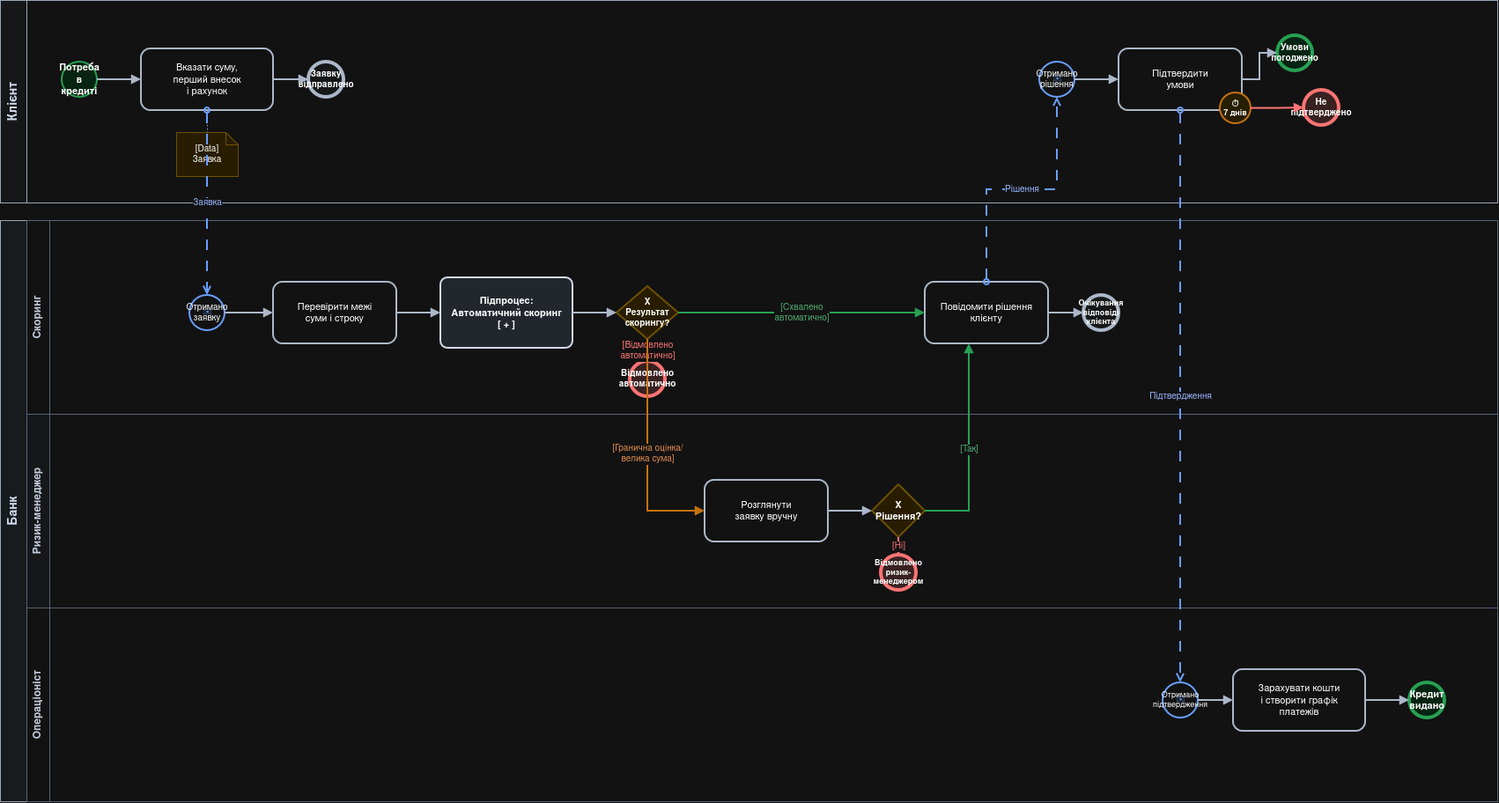
Before: docs/sprint1/bpmn/01_process.drawio.png, a diagram exported from draw.io (0ffmama/FinKit). Source tidied: cells renumbered, new cells last; positions are measured from the earlier drawing's top-left corner, leaving out a move shared by most shapes.
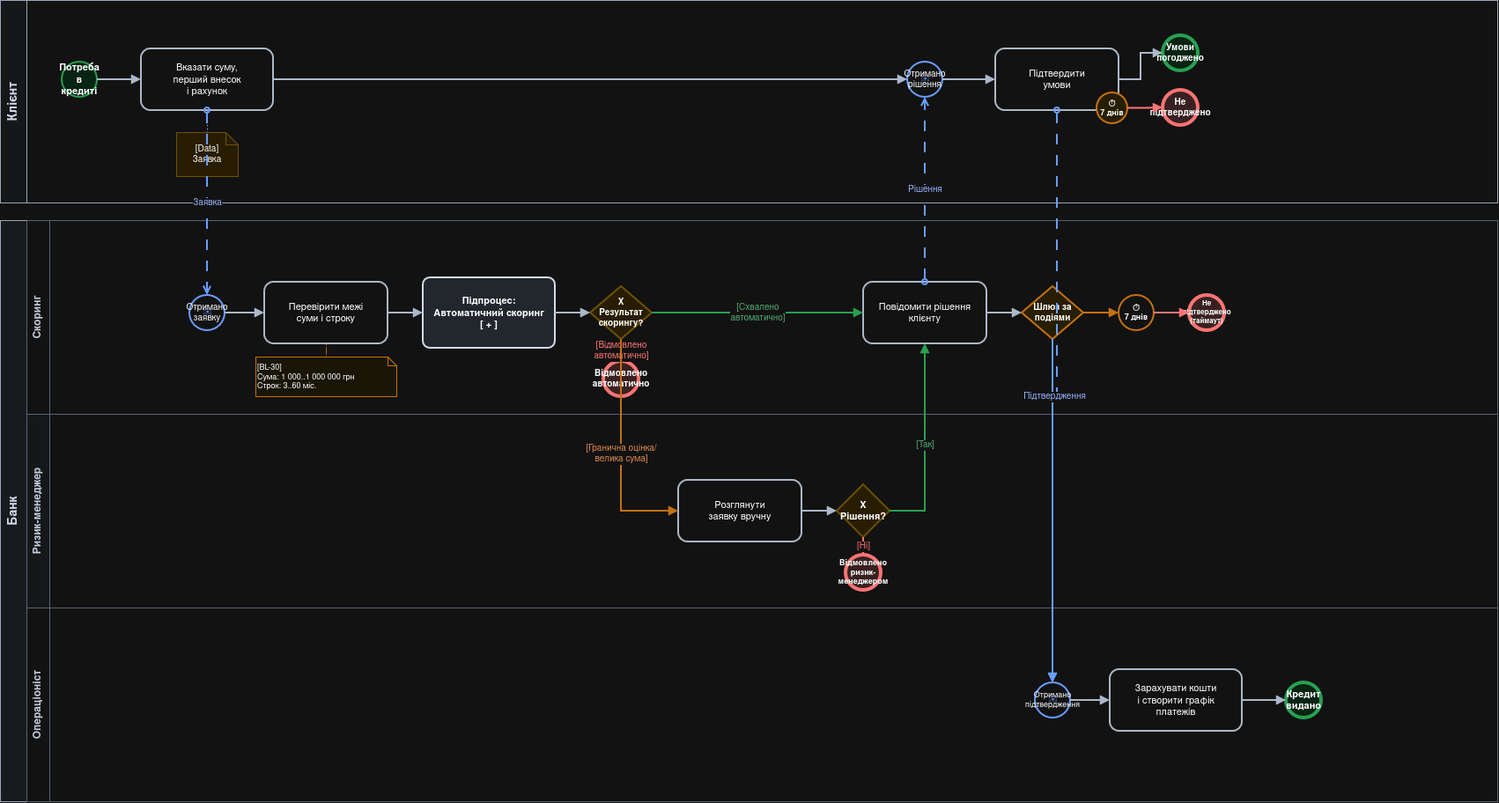
After the commit.

The edit, as a diff of the source:
```diff
@@ -23,29 +23,26 @@
     <mxCell id="8" value="Вказати суму,&#10;перший внесок&#10;і рахунок" style="rounded=1;whiteSpace=wrap;html=1;arcSize=15;fillColor=#ffffff;strokeColor=#334155;strokeWidth=2;fontSize=11;" parent="1" vertex="1">
       <mxGeometry x="160" y="55" width="150" height="70" as="geometry" />
     </mxCell>
-    <mxCell id="9" value="Заявку&#10;відправлено" style="ellipse;whiteSpace=wrap;html=1;fillColor=#f8fafc;strokeColor=#334155;strokeWidth=4;fontSize=10;fontStyle=1;" parent="1" vertex="1">
-      <mxGeometry x="350" y="70" width="40" height="40" as="geometry" />
-    </mxCell>
     <mxCell id="10" value="[Data]&#10;Заявка" style="shape=note;whiteSpace=wrap;html=1;size=14;verticalAlign=middle;fillColor=#fff2cc;strokeColor=#d6b656;strokeWidth=1;fontSize=10;" parent="1" vertex="1">
       <mxGeometry x="200" y="150" width="70" height="50" as="geometry" />
     </mxCell>
     <mxCell id="11" value="Отримано&#10;рішення" style="ellipse;whiteSpace=wrap;html=1;fillColor=#ffffff;strokeColor=#2563eb;strokeWidth=2;fontSize=10;" parent="1" vertex="1">
-      <mxGeometry x="1180" y="70" width="40" height="40" as="geometry" />
+      <mxGeometry x="1030" y="70" width="40" height="40" as="geometry" />
     </mxCell>
     <mxCell id="12" value="✉" style="text;html=1;align=center;verticalAlign=middle;strokeColor=none;fillColor=none;fontSize=14;fontColor=#2563eb;" parent="1" vertex="1">
-      <mxGeometry x="1185" y="75" width="30" height="30" as="geometry" />
+      <mxGeometry x="1035" y="75" width="30" height="30" as="geometry" />
     </mxCell>
     <mxCell id="13" value="Підтвердити&#10;умови" style="rounded=1;whiteSpace=wrap;html=1;arcSize=15;fillColor=#ffffff;strokeColor=#334155;strokeWidth=2;fontSize=11;" parent="1" vertex="1">
-      <mxGeometry x="1270" y="55" width="140" height="70" as="geometry" />
+      <mxGeometry x="1130" y="55" width="140" height="70" as="geometry" />
     </mxCell>
     <mxCell id="14" value="Умови&#10;погоджено" style="ellipse;whiteSpace=wrap;html=1;fillColor=#dcfce7;strokeColor=#16a34a;strokeWidth=4;fontSize=10;fontStyle=1;" parent="1" vertex="1">
-      <mxGeometry x="1450" y="40" width="40" height="40" as="geometry" />
+      <mxGeometry x="1320" y="40" width="40" height="40" as="geometry" />
     </mxCell>
     <mxCell id="15" value="⏱&#10;7 днів" style="ellipse;whiteSpace=wrap;html=1;fillColor=#fef3c7;strokeColor=#d97706;strokeWidth=2;fontSize=9;fontStyle=1;" parent="1" vertex="1">
-      <mxGeometry x="1385" y="105" width="35" height="35" as="geometry" />
+      <mxGeometry x="1245" y="105" width="35" height="35" as="geometry" />
     </mxCell>
     <mxCell id="16" value="Не&#10;підтверджено" style="ellipse;whiteSpace=wrap;html=1;fillColor=#fee2e2;strokeColor=#ef4444;strokeWidth=4;fontSize=10;fontStyle=1;" parent="1" vertex="1">
-      <mxGeometry x="1480" y="102" width="40" height="40" as="geometry" />
+      <mxGeometry x="1320" y="102" width="40" height="40" as="geometry" />
     </mxCell>
     <mxCell id="17" value="Отримано&#10;заявку" style="ellipse;whiteSpace=wrap;html=1;fillColor=#ffffff;strokeColor=#2563eb;strokeWidth=2;fontSize=10;" parent="1" vertex="1">
       <mxGeometry x="215" y="335" width="40" height="40" as="geometry" />
@@ -54,50 +51,59 @@
       <mxGeometry x="220" y="340" width="30" height="30" as="geometry" />
     </mxCell>
     <mxCell id="19" value="Перевірити межі&#10;суми і строку" style="rounded=1;whiteSpace=wrap;html=1;arcSize=15;fillColor=#ffffff;strokeColor=#334155;strokeWidth=2;fontSize=11;" parent="1" vertex="1">
-      <mxGeometry x="310" y="320" width="140" height="70" as="geometry" />
+      <mxGeometry x="300" y="320" width="140" height="70" as="geometry" />
     </mxCell>
+    <mxCell id="53" value="[BL-30]&#10;Сума: 1 000..1 000 000 грн&#10;Строк: 3..60 міс." style="shape=note;whiteSpace=wrap;html=1;size=10;verticalAlign=middle;fillColor=#fffbeb;strokeColor=#d97706;strokeWidth=1;fontSize=9;align=left;" parent="1" vertex="1">
+      <mxGeometry x="290" y="405" width="160" height="45" as="geometry" />
+    </mxCell>
     <mxCell id="20" value="Підпроцес:&#10;Автоматичний скоринг&#10;[ + ]" style="rounded=1;whiteSpace=wrap;html=1;arcSize=10;fillColor=#e2e8f0;strokeColor=#0f172a;strokeWidth=2;fontSize=11;fontStyle=1;" parent="1" vertex="1">
-      <mxGeometry x="500" y="315" width="150" height="80" as="geometry" />
+      <mxGeometry x="480" y="315" width="150" height="80" as="geometry" />
     </mxCell>
     <mxCell id="21" value="X&#10;Результат&#10;скорингу?" style="rhombus;whiteSpace=wrap;html=1;fillColor=#fff2cc;strokeColor=#d6b656;strokeWidth=2;fontSize=10;fontStyle=1;" parent="1" vertex="1">
-      <mxGeometry x="700" y="325" width="70" height="60" as="geometry" />
+      <mxGeometry x="670" y="325" width="70" height="60" as="geometry" />
     </mxCell>
     <mxCell id="22" value="Відмовлено&#10;автоматично" style="ellipse;whiteSpace=wrap;html=1;fillColor=#fee2e2;strokeColor=#ef4444;strokeWidth=4;fontSize=10;fontStyle=1;" parent="1" vertex="1">
-      <mxGeometry x="715" y="410" width="40" height="40" as="geometry" />
+      <mxGeometry x="685" y="410" width="40" height="40" as="geometry" />
     </mxCell>
     <mxCell id="23" value="Розглянути&#10;заявку вручну" style="rounded=1;whiteSpace=wrap;html=1;arcSize=15;fillColor=#ffffff;strokeColor=#334155;strokeWidth=2;fontSize=11;" parent="1" vertex="1">
-      <mxGeometry x="800" y="545" width="140" height="70" as="geometry" />
+      <mxGeometry x="770" y="545" width="140" height="70" as="geometry" />
     </mxCell>
     <mxCell id="24" value="X&#10;Рішення?" style="rhombus;whiteSpace=wrap;html=1;fillColor=#fff2cc;strokeColor=#d6b656;strokeWidth=2;fontSize=11;fontStyle=1;" parent="1" vertex="1">
-      <mxGeometry x="990" y="550" width="60" height="60" as="geometry" />
+      <mxGeometry x="950" y="550" width="60" height="60" as="geometry" />
     </mxCell>
     <mxCell id="25" value="Відмовлено&#10;ризик-&#10;менеджером" style="ellipse;whiteSpace=wrap;html=1;fillColor=#fee2e2;strokeColor=#ef4444;strokeWidth=4;fontSize=9;fontStyle=1;" parent="1" vertex="1">
-      <mxGeometry x="1000" y="630" width="40" height="40" as="geometry" />
+      <mxGeometry x="960" y="630" width="40" height="40" as="geometry" />
     </mxCell>
     <mxCell id="26" value="Повідомити рішення&#10;клієнту" style="rounded=1;whiteSpace=wrap;html=1;arcSize=15;fillColor=#ffffff;strokeColor=#334155;strokeWidth=2;fontSize=11;" parent="1" vertex="1">
-      <mxGeometry x="1050" y="320" width="140" height="70" as="geometry" />
+      <mxGeometry x="980" y="320" width="140" height="70" as="geometry" />
     </mxCell>
-    <mxCell id="27" value="Очікування&#10;відповіді&#10;клієнта" style="ellipse;whiteSpace=wrap;html=1;fillColor=#f8fafc;strokeColor=#334155;strokeWidth=4;fontSize=9;fontStyle=1;" parent="1" vertex="1">
-      <mxGeometry x="1230" y="335" width="40" height="40" as="geometry" />
-    </mxCell>
+    <mxCell id="54" value="Шлюз за&#10;подіями" style="rhombus;whiteSpace=wrap;html=1;fillColor=#fef3c7;strokeColor=#d97706;strokeWidth=2;fontSize=10;fontStyle=1;" parent="1" vertex="1">
+      <mxGeometry x="1160" y="325" width="70" height="60" as="geometry" />
+    </mxCell>
+    <mxCell id="55" value="⏱&#10;7 днів" style="ellipse;whiteSpace=wrap;html=1;fillColor=#ffffff;strokeColor=#d97706;strokeWidth=2;fontSize=9;fontStyle=1;" parent="1" vertex="1">
+      <mxGeometry x="1270" y="335" width="40" height="40" as="geometry" />
+    </mxCell>
+    <mxCell id="56" value="Не&#10;підтверджено&#10;(таймаут)" style="ellipse;whiteSpace=wrap;html=1;fillColor=#fee2e2;strokeColor=#ef4444;strokeWidth=4;fontSize=8;fontStyle=1;" parent="1" vertex="1">
+      <mxGeometry x="1350" y="335" width="40" height="40" as="geometry" />
+    </mxCell>
     <mxCell id="28" value="Отримано&#10;підтвердження" style="ellipse;whiteSpace=wrap;html=1;fillColor=#ffffff;strokeColor=#2563eb;strokeWidth=2;fontSize=9;" parent="1" vertex="1">
-      <mxGeometry x="1320" y="775" width="40" height="40" as="geometry" />
+      <mxGeometry x="1175" y="775" width="40" height="40" as="geometry" />
     </mxCell>
     <mxCell id="29" value="✉" style="text;html=1;align=center;verticalAlign=middle;strokeColor=none;fillColor=none;fontSize=14;fontColor=#2563eb;" parent="1" vertex="1">
-      <mxGeometry x="1325" y="780" width="30" height="30" as="geometry" />
+      <mxGeometry x="1180" y="780" width="30" height="30" as="geometry" />
     </mxCell>
     <mxCell id="30" value="Зарахувати кошти&#10;і створити графік&#10;платежів" style="rounded=1;whiteSpace=wrap;html=1;arcSize=15;fillColor=#ffffff;strokeColor=#334155;strokeWidth=2;fontSize=11;" parent="1" vertex="1">
-      <mxGeometry x="1400" y="760" width="150" height="70" as="geometry" />
+      <mxGeometry x="1260" y="760" width="150" height="70" as="geometry" />
     </mxCell>
     <mxCell id="31" value="Кредит&#10;видано" style="ellipse;whiteSpace=wrap;html=1;fillColor=#dcfce7;strokeColor=#16a34a;strokeWidth=4;fontSize=11;fontStyle=1;" parent="1" vertex="1">
-      <mxGeometry x="1600" y="775" width="40" height="40" as="geometry" />
+      <mxGeometry x="1460" y="775" width="40" height="40" as="geometry" />
     </mxCell>
     <mxCell id="32" style="edgeStyle=orthogonalEdgeStyle;rounded=0;html=1;endArrow=block;endFill=1;strokeWidth=2;strokeColor=#334155;" parent="1" edge="1" source="7" target="8">
       <mxGeometry relative="1" as="geometry" />
     </mxCell>
-    <mxCell id="33" style="edgeStyle=orthogonalEdgeStyle;rounded=0;html=1;endArrow=block;endFill=1;strokeWidth=2;strokeColor=#334155;" parent="1" edge="1" source="8" target="9">
-      <mxGeometry relative="1" as="geometry" />
-    </mxCell>
+    <mxCell id="57" style="edgeStyle=orthogonalEdgeStyle;rounded=0;html=1;endArrow=block;endFill=1;strokeWidth=2;strokeColor=#334155;" parent="1" edge="1" source="8" target="11">
+      <mxGeometry relative="1" as="geometry" />
+    </mxCell>
     <mxCell id="34" style="edgeStyle=orthogonalEdgeStyle;rounded=0;html=1;dashed=1;dashPattern=2 2;endArrow=none;startArrow=none;strokeColor=#64748b;" parent="1" edge="1" source="8" target="10">
       <mxGeometry relative="1" as="geometry" />
     </mxCell>
@@ -107,6 +113,9 @@
     <mxCell id="36" style="edgeStyle=orthogonalEdgeStyle;rounded=0;html=1;endArrow=block;endFill=1;strokeWidth=2;strokeColor=#334155;" parent="1" edge="1" source="17" target="19">
       <mxGeometry relative="1" as="geometry" />
     </mxCell>
+    <mxCell id="58" style="edgeStyle=orthogonalEdgeStyle;rounded=0;html=1;dashed=1;dashPattern=2 2;endArrow=none;startArrow=none;strokeColor=#d97706;" parent="1" edge="1" source="19" target="53">
+      <mxGeometry relative="1" as="geometry" />
+    </mxCell>
     <mxCell id="37" style="edgeStyle=orthogonalEdgeStyle;rounded=0;html=1;endArrow=block;endFill=1;strokeWidth=2;strokeColor=#334155;" parent="1" edge="1" source="19" target="20">
       <mxGeometry relative="1" as="geometry" />
     </mxCell>
@@ -119,7 +128,7 @@
     <mxCell id="40" value="[Гранична оцінка/&#10;велика сума]" style="edgeStyle=orthogonalEdgeStyle;rounded=0;html=1;endArrow=block;endFill=1;strokeWidth=2;strokeColor=#d97706;fontSize=10;fontColor=#b45309;" parent="1" edge="1" source="21" target="23">
       <mxGeometry relative="1" as="geometry">
         <Array as="points">
-          <mxPoint x="735" y="580" />
+          <mxPoint x="705" y="580" />
         </Array>
       </mxGeometry>
     </mxCell>
@@ -135,13 +144,22 @@
     <mxCell id="44" value="[Так]" style="edgeStyle=orthogonalEdgeStyle;rounded=0;html=1;endArrow=block;endFill=1;strokeWidth=2;strokeColor=#16a34a;fontSize=10;fontColor=#15803d;" parent="1" edge="1" source="24" target="26">
       <mxGeometry relative="1" as="geometry">
         <Array as="points">
-          <mxPoint x="1100" y="580" />
+          <mxPoint x="1050" y="580" />
         </Array>
       </mxGeometry>
     </mxCell>
-    <mxCell id="45" style="edgeStyle=orthogonalEdgeStyle;rounded=0;html=1;endArrow=block;endFill=1;strokeWidth=2;strokeColor=#334155;" parent="1" edge="1" source="26" target="27">
-      <mxGeometry relative="1" as="geometry" />
-    </mxCell>
+    <mxCell id="59" style="edgeStyle=orthogonalEdgeStyle;rounded=0;html=1;endArrow=block;endFill=1;strokeWidth=2;strokeColor=#334155;" parent="1" edge="1" source="26" target="54">
+      <mxGeometry relative="1" as="geometry" />
+    </mxCell>
+    <mxCell id="60" style="edgeStyle=orthogonalEdgeStyle;rounded=0;html=1;endArrow=block;endFill=1;strokeWidth=2;strokeColor=#d97706;" parent="1" edge="1" source="54" target="55">
+      <mxGeometry relative="1" as="geometry" />
+    </mxCell>
+    <mxCell id="61" style="edgeStyle=orthogonalEdgeStyle;rounded=0;html=1;endArrow=block;endFill=1;strokeWidth=2;strokeColor=#ef4444;" parent="1" edge="1" source="55" target="56">
+      <mxGeometry relative="1" as="geometry" />
+    </mxCell>
+    <mxCell id="62" style="edgeStyle=orthogonalEdgeStyle;rounded=0;html=1;endArrow=block;endFill=1;strokeWidth=2;strokeColor=#2563eb;" parent="1" edge="1" source="54" target="28">
+      <mxGeometry relative="1" as="geometry" />
+    </mxCell>
     <mxCell id="46" value="Рішення" style="edgeStyle=orthogonalEdgeStyle;rounded=0;html=1;dashed=1;dashPattern=6 6;startArrow=oval;startFill=0;endArrow=open;endFill=0;strokeWidth=2;strokeColor=#2563eb;fontSize=10;fontColor=#1e40af;" parent="1" edge="1" source="26" target="11">
       <mxGeometry relative="1" as="geometry" />
     </mxCell>
```
